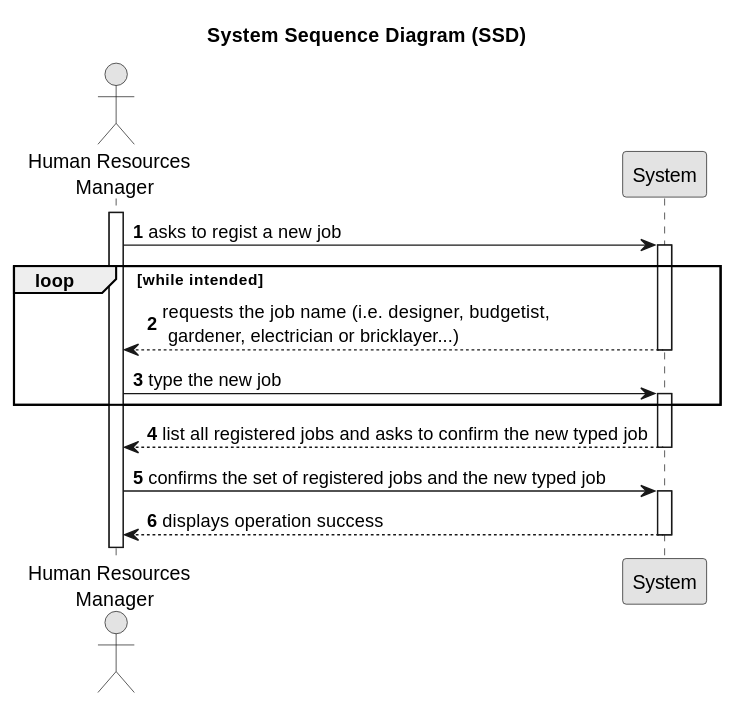
Before: docs/sprintA/us002/01.requirements-engineering/svg/us002-system-sequence-diagram-alternative-one.svg, a diagram exported from PlantUML (1231360-ISEP/lei-24-s2-1db-g021).
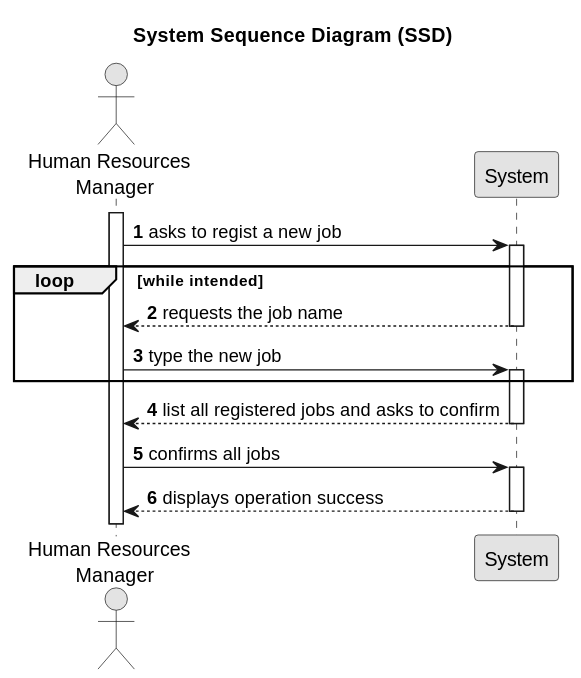
Later version of the same file.

Commit message:
US6 - update the system sequence diagram and SVG

What changed in the source:
```diff
@@ -16,17 +16,17 @@
     activate System
 
     loop while intended
-            System --> HRM : requests the job name (i.e.  designer, budgetist,\n gardener, electrician or bricklayer...)
+            System --> HRM : requests the job name
         deactivate System
 
         HRM -> System : type the new job
         activate System
     end
 
-        System --> HRM : list all registered jobs and asks to confirm the new typed job
+        System --> HRM : list all registered jobs and asks to confirm
     deactivate System
 
-    HRM -> System : confirms the set of registered jobs and the new typed job
+    HRM -> System : confirms all jobs
     activate System
 
     System --> HRM : displays operation success
```
